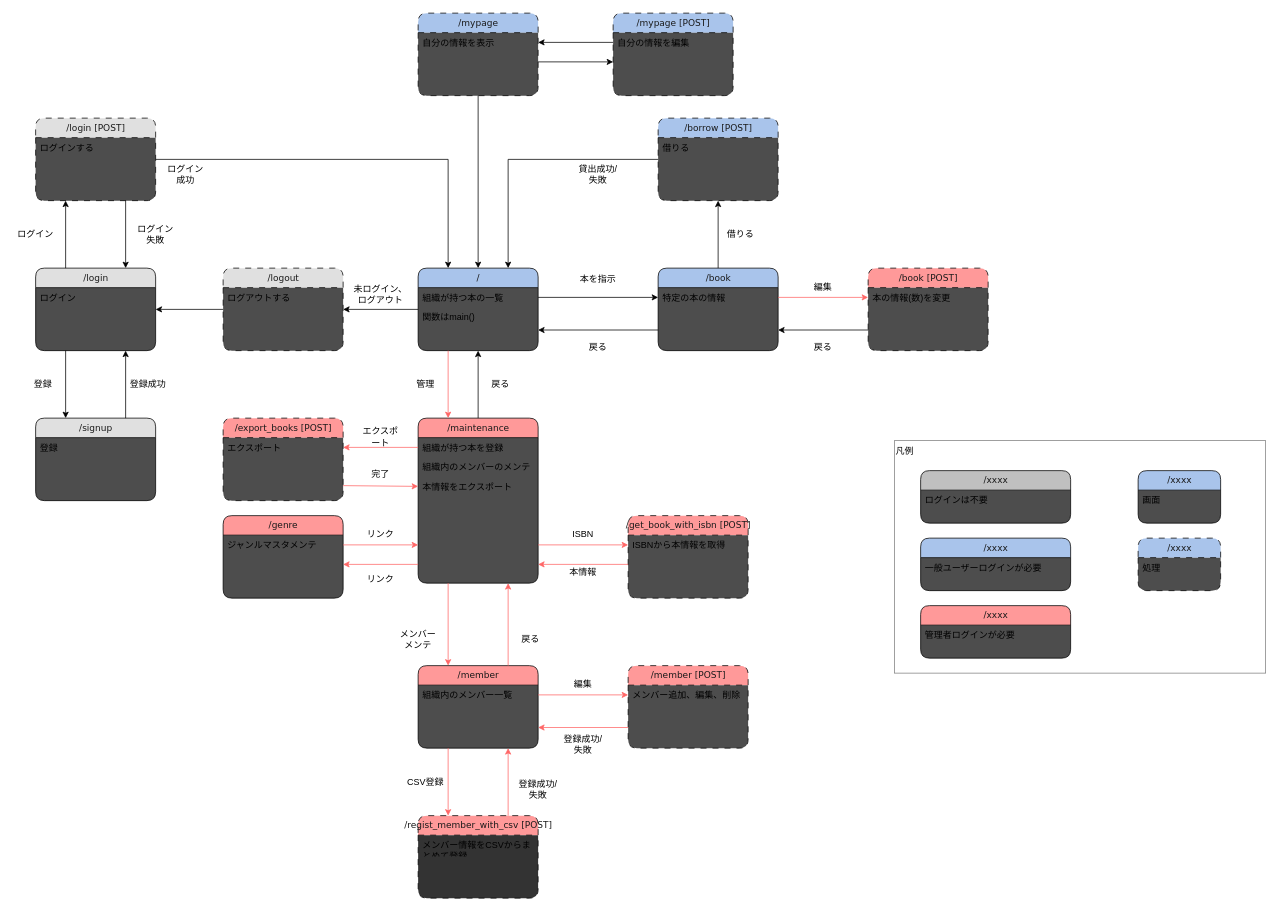
This is doc/screen_transition_diagram.drawio from yo16/bookshelf_2023, a draw.io file, before an edit. Source tidied: cells renumbered, new cells numbered last; positions are measured from the earlier drawing's top-left corner, leaving out a move shared by most shapes. Both pictures are drawn from the tidied source at 75%, with x=0, y=0 at pixel (13, 13).
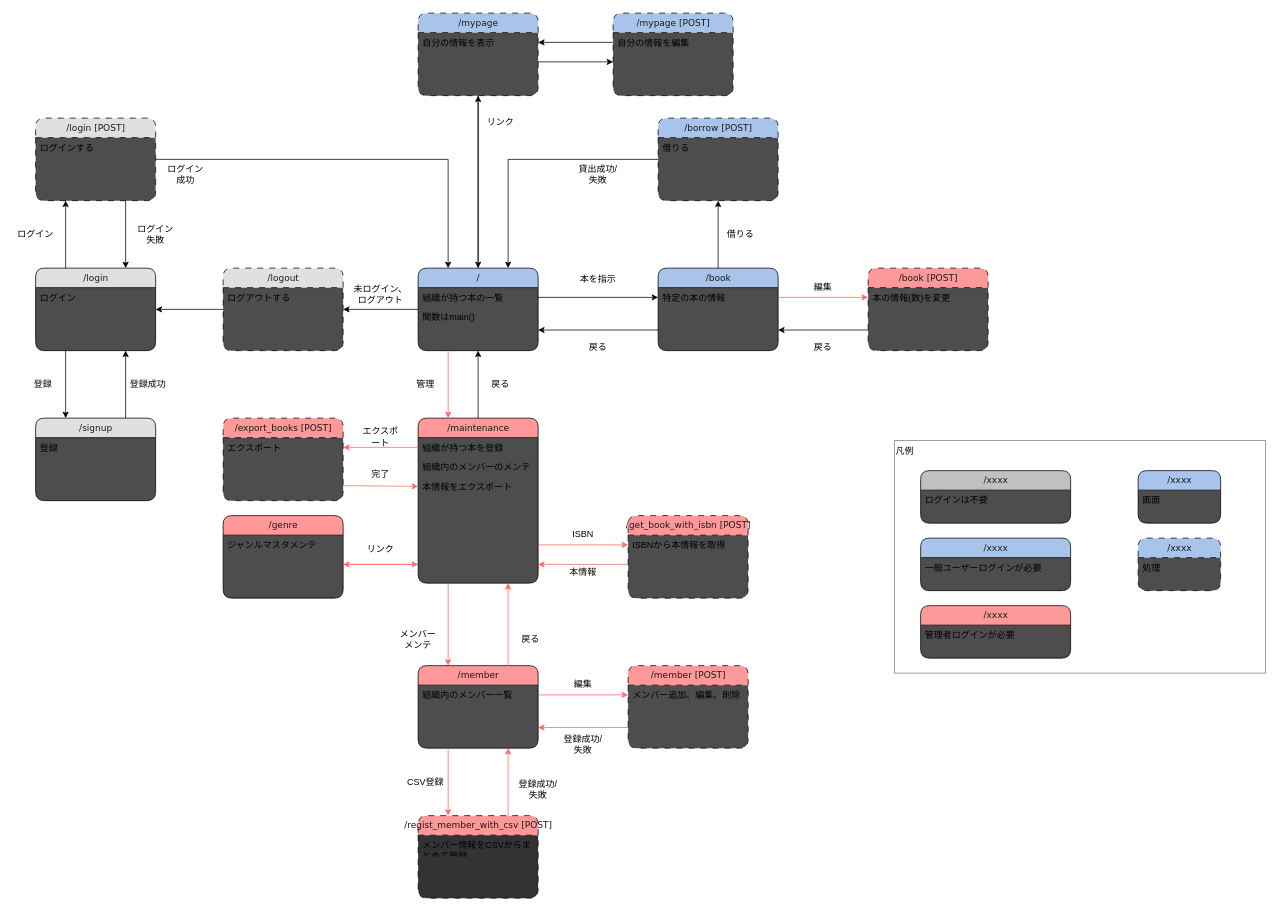
The same diagram, later.

The change refers to these unchanged cells:
```xml
<mxCell id="6" value="/" style="swimlane;html=1;fontStyle=0;horizontal=1;startSize=26;fillColor=#A9C4EB;swimlaneFillColor=#4D4D4D;align=center;rounded=1;shadow=0;comic=0;labelBackgroundColor=none;strokeWidth=1;fontFamily=Verdana;fontSize=12;fontColor=#1A1A1A;" parent="1" vertex="1">
  <mxGeometry x="540" y="340" width="160" height="110" as="geometry" />
</mxCell>
<mxCell id="29" style="text;html=1;strokeColor=none;fillColor=none;spacingLeft=4;spacingRight=4;whiteSpace=wrap;overflow=hidden;points=[[0,0.5],[1,0.5]];portConstraint=eastwest;" parent="23" vertex="1">
  <mxGeometry y="156" width="160" height="26" as="geometry" />
</mxCell>
<mxCell id="30" style="text;html=1;strokeColor=none;fillColor=none;spacingLeft=4;spacingRight=4;whiteSpace=wrap;overflow=hidden;points=[[0,0.5],[1,0.5]];portConstraint=eastwest;" parent="23" vertex="1">
  <mxGeometry y="182" width="160" height="26" as="geometry" />
</mxCell>
<mxCell id="99" value="ジャンルマスタメンテ" style="text;html=1;strokeColor=none;fillColor=none;spacingLeft=4;spacingRight=4;whiteSpace=wrap;overflow=hidden;points=[[0,0.5],[1,0.5]];portConstraint=eastwest;" parent="98" vertex="1">
  <mxGeometry y="26" width="160" height="26" as="geometry" />
</mxCell>
<mxCell id="100" style="text;html=1;strokeColor=none;fillColor=none;spacingLeft=4;spacingRight=4;whiteSpace=wrap;overflow=hidden;points=[[0,0.5],[1,0.5]];portConstraint=eastwest;" parent="98" vertex="1">
  <mxGeometry y="52" width="160" height="26" as="geometry" />
</mxCell>
<mxCell id="105" value="/mypage" style="swimlane;html=1;fontStyle=0;horizontal=1;startSize=26;fillColor=#A9C4EB;swimlaneFillColor=#4D4D4D;align=center;rounded=1;shadow=0;comic=0;labelBackgroundColor=none;strokeWidth=1;fontFamily=Verdana;fontSize=12;dashed=1;dashPattern=8 8;fontColor=#1A1A1A;" parent="1" vertex="1">
  <mxGeometry x="540" width="160" height="110" as="geometry" />
</mxCell>
```

What changed in the source:
```diff
@@
-    <mxCell id="102" value="リンク" style="text;html=1;strokeColor=none;fillColor=none;align=center;verticalAlign=middle;whiteSpace=wrap;rounded=0;" parent="1" vertex="1">
-      <mxGeometry x="460" y="680" width="60" height="30" as="geometry" />
-    </mxCell>
-    <mxCell id="103" style="edgeStyle=orthogonalEdgeStyle;rounded=0;jettySize=auto;html=1;strokeColor=#FF6666;" parent="1" edge="1" source="99" target="29">
+    <mxCell id="103" style="edgeStyle=orthogonalEdgeStyle;rounded=0;jettySize=auto;html=1;strokeColor=#FF6666;" parent="1" edge="1" source="100" target="30">
       <mxGeometry relative="1" as="geometry" />
     </mxCell>
     <mxCell id="104" value="リンク" style="text;html=1;strokeColor=none;fillColor=none;align=center;verticalAlign=middle;whiteSpace=wrap;rounded=0;" parent="1" vertex="1">
-      <mxGeometry x="460" y="740" width="60" height="30" as="geometry" />
+      <mxGeometry x="460" y="700" width="60" height="30" as="geometry" />
     </mxCell>
@@
+    <mxCell id="114" style="edgeStyle=orthogonalEdgeStyle;rounded=0;jettySize=auto;html=1;entryX=0.5;entryY=1;entryDx=0;entryDy=0;" parent="1" edge="1" source="6" target="105">
+      <mxGeometry relative="1" as="geometry" />
+    </mxCell>
+    <mxCell id="102" value="リンク" style="text;html=1;strokeColor=none;fillColor=none;align=center;verticalAlign=middle;whiteSpace=wrap;rounded=0;" parent="1" vertex="1">
+      <mxGeometry x="620" y="130" width="60" height="30" as="geometry" />
+    </mxCell>
```
